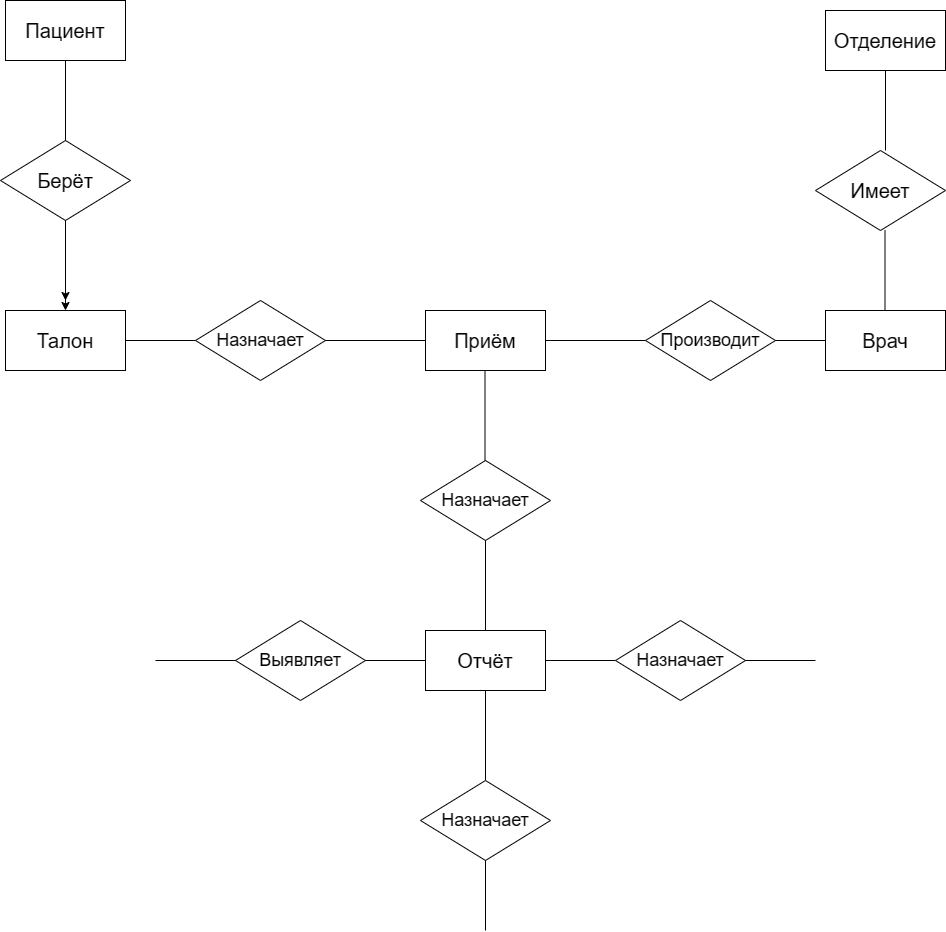
This is Диаграмма без названия.drawio.png from dibovdmitry/Project, a draw.io export, as it was before one commit. Source tidied: cells renumbered, new cells last; positions are measured from the earlier drawing's top-left corner, leaving out a move shared by most shapes.
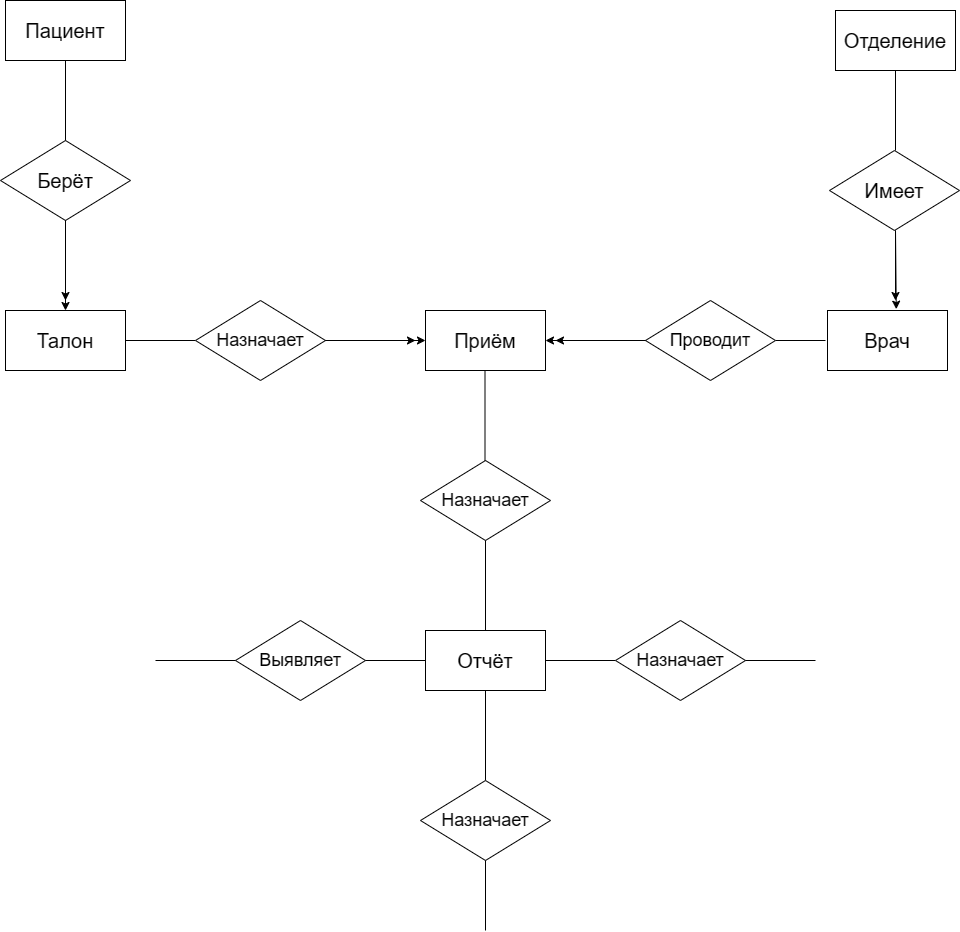
Above is the later version.

Diff of the diagram source:
```diff
@@ -18,25 +18,19 @@
       <mxGeometry x="5" y="310" width="120" height="60" as="geometry" />
     </mxCell>
     <mxCell id="6" value="Отделение" style="rounded=0;whiteSpace=wrap;html=1;fontSize=20;" parent="1" vertex="1">
-      <mxGeometry x="825" y="10" width="120" height="60" as="geometry" />
+      <mxGeometry x="835" y="10" width="120" height="60" as="geometry" />
     </mxCell>
     <mxCell id="7" style="endArrow=none;html=1;rounded=0;" parent="1" edge="1">
       <mxGeometry relative="1" as="geometry">
-        <mxPoint x="885" y="150" as="sourcePoint" />
-        <mxPoint x="885" y="70" as="targetPoint" />
+        <mxPoint x="895" y="150" as="sourcePoint" />
+        <mxPoint x="895" y="70" as="targetPoint" />
       </mxGeometry>
     </mxCell>
     <mxCell id="8" value="Имеет" style="rhombus;whiteSpace=wrap;html=1;fontSize=20;" parent="1" vertex="1">
-      <mxGeometry x="815" y="150" width="130" height="80" as="geometry" />
+      <mxGeometry x="829" y="150" width="130" height="80" as="geometry" />
     </mxCell>
-    <mxCell id="9" style="endArrow=none;html=1;rounded=0;" parent="1" edge="1">
-      <mxGeometry relative="1" as="geometry">
-        <mxPoint x="884.5" y="310" as="sourcePoint" />
-        <mxPoint x="884.5" y="230" as="targetPoint" />
-      </mxGeometry>
-    </mxCell>
     <mxCell id="10" value="Врач" style="rounded=0;whiteSpace=wrap;html=1;fontSize=20;" parent="1" vertex="1">
-      <mxGeometry x="825" y="310" width="120" height="60" as="geometry" />
+      <mxGeometry x="827" y="310" width="120" height="60" as="geometry" />
     </mxCell>
     <mxCell id="11" style="endArrow=none;html=1;rounded=0;" parent="1" edge="1">
       <mxGeometry relative="1" as="geometry">
@@ -53,22 +47,12 @@
         <mxPoint x="825" y="340" as="targetPoint" />
       </mxGeometry>
     </mxCell>
-    <mxCell id="14" value="Производит" style="rhombus;whiteSpace=wrap;html=1;fontSize=18;" parent="1" vertex="1">
+    <mxCell id="14" value="Проводит" style="rhombus;whiteSpace=wrap;html=1;fontSize=18;" parent="1" vertex="1">
       <mxGeometry x="645" y="300" width="130" height="80" as="geometry" />
     </mxCell>
     <mxCell id="15" value="Приём" style="rounded=0;whiteSpace=wrap;html=1;fontSize=20;" parent="1" vertex="1">
       <mxGeometry x="425" y="310" width="120" height="60" as="geometry" />
     </mxCell>
-    <mxCell id="16" style="endArrow=none;html=1;rounded=0;entryX=0;entryY=0.5;entryDx=0;entryDy=0;" parent="1" edge="1" target="15">
-      <mxGeometry relative="1" as="geometry">
-        <mxPoint x="325" y="340" as="sourcePoint" />
-      </mxGeometry>
-    </mxCell>
-    <mxCell id="17" style="endArrow=none;html=1;rounded=0;exitX=1;exitY=0.5;exitDx=0;exitDy=0;" parent="1" edge="1" source="15">
-      <mxGeometry relative="1" as="geometry">
-        <mxPoint x="645" y="340" as="targetPoint" />
-      </mxGeometry>
-    </mxCell>
     <mxCell id="18" style="endArrow=none;html=1;rounded=0;" parent="1" edge="1">
       <mxGeometry relative="1" as="geometry">
         <mxPoint x="484.5" y="460" as="sourcePoint" />
@@ -142,5 +126,38 @@
         <mxPoint x="65" y="300" as="targetPoint" />
       </mxGeometry>
     </mxCell>
+    <mxCell id="33" style="endArrow=classic;html=1;rounded=0;entryX=0;entryY=0.5;entryDx=0;entryDy=0;" parent="1" edge="1" target="15">
+      <mxGeometry relative="1" as="geometry">
+        <mxPoint x="325" y="340" as="sourcePoint" />
+      </mxGeometry>
+    </mxCell>
+    <mxCell id="34" style="endArrow=classic;html=1;rounded=0;" parent="1" edge="1">
+      <mxGeometry relative="1" as="geometry">
+        <mxPoint x="325" y="340" as="sourcePoint" />
+        <mxPoint x="415" y="340" as="targetPoint" />
+      </mxGeometry>
+    </mxCell>
+    <mxCell id="35" style="endArrow=classic;html=1;rounded=0;entryX=0.573;entryY=-0.022;entryDx=0;entryDy=0;entryPerimeter=0;" parent="1" edge="1" target="10">
+      <mxGeometry relative="1" as="geometry">
+        <mxPoint x="895" y="230" as="sourcePoint" />
+      </mxGeometry>
+    </mxCell>
+    <mxCell id="36" style="endArrow=classic;html=1;rounded=0;" parent="1" edge="1">
+      <mxGeometry relative="1" as="geometry">
+        <mxPoint x="895" y="230" as="sourcePoint" />
+        <mxPoint x="895" y="300" as="targetPoint" />
+      </mxGeometry>
+    </mxCell>
+    <mxCell id="37" style="endArrow=classic;html=1;rounded=0;entryX=1;entryY=0.5;entryDx=0;entryDy=0;" parent="1" edge="1" target="15">
+      <mxGeometry relative="1" as="geometry">
+        <mxPoint x="645" y="340" as="sourcePoint" />
+      </mxGeometry>
+    </mxCell>
+    <mxCell id="38" style="endArrow=classic;html=1;rounded=0;" parent="1" edge="1">
+      <mxGeometry relative="1" as="geometry">
+        <mxPoint x="645" y="340" as="sourcePoint" />
+        <mxPoint x="555" y="340" as="targetPoint" />
+      </mxGeometry>
+    </mxCell>
   </root>
 </mxGraphModel>
```
